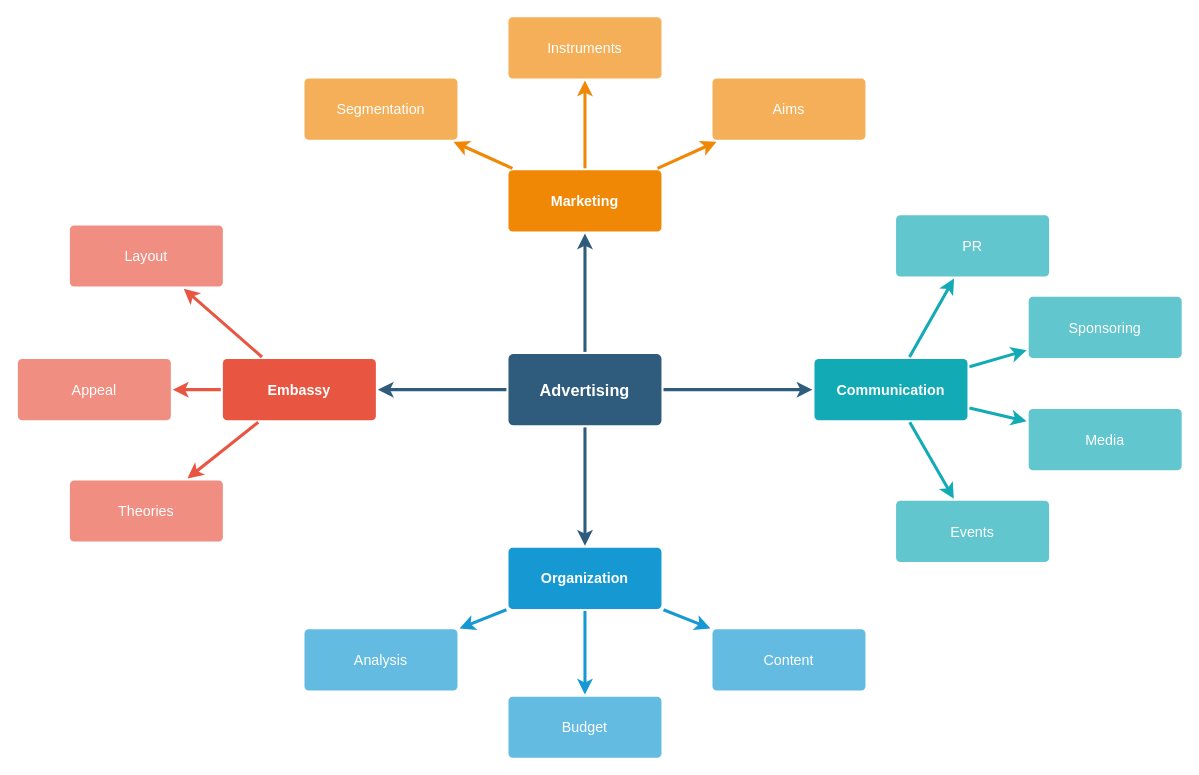
Earlier version of the draw.io diagram uml/Untitled Diagram.drawio (shuailee/note). Source tidied: cells renumbered, new cells numbered last; positions are measured from the earlier drawing's top-left corner, leaving out a move shared by most shapes. Both pictures are drawn from the tidied source at 102%, with x=0, y=0 at pixel (17, 16).
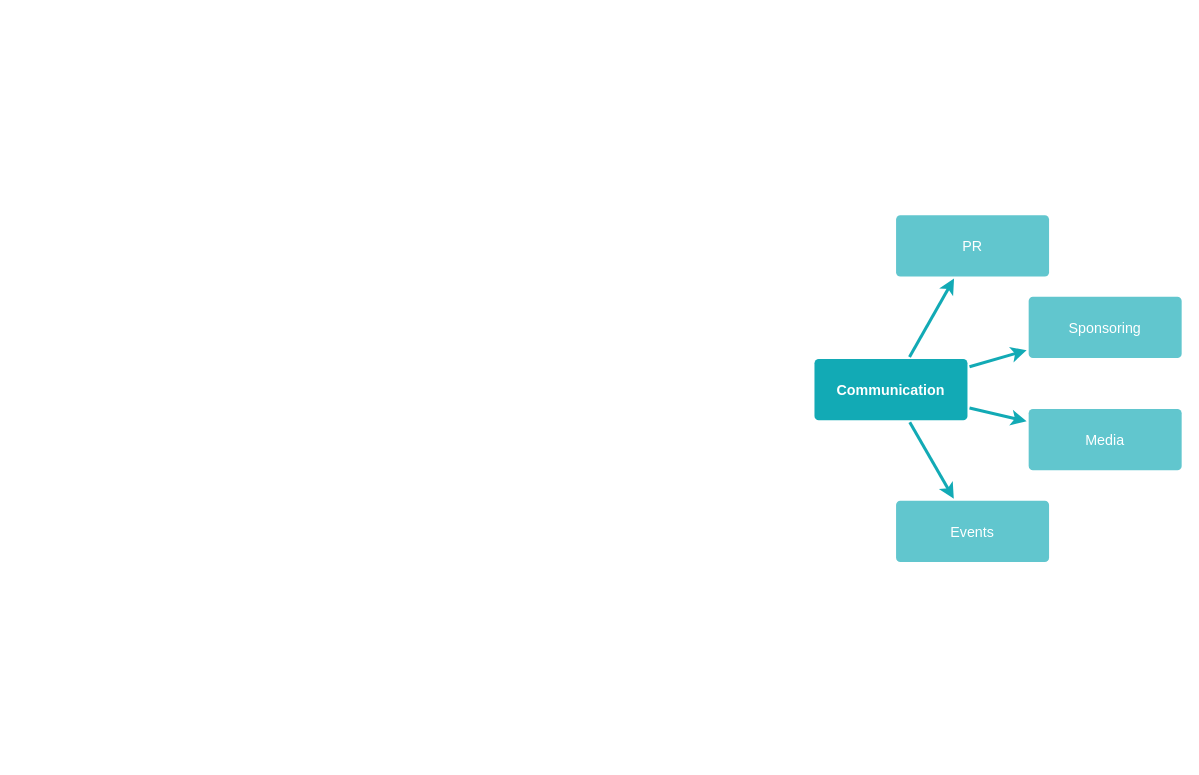
The same page after the edit.

Unchanged cells that the change refers to:
```xml
<mxCell id="28" value="Communication" style="rounded=1;whiteSpace=wrap;html=1;shadow=0;labelBackgroundColor=none;strokeColor=none;strokeWidth=3;fillColor=#12aab5;fontFamily=Helvetica;fontSize=14;fontColor=#FFFFFF;align=center;spacing=5;fontStyle=1;arcSize=7;perimeterSpacing=2;" parent="1" vertex="1">
  <mxGeometry x="781" y="335.5" width="150" height="60" as="geometry" />
</mxCell>
```

What changed in the source:
```diff
@@
-    <mxCell id="2" style="edgeStyle=none;rounded=0;jumpStyle=none;html=1;shadow=0;labelBackgroundColor=none;startArrow=none;startFill=0;endArrow=classic;endFill=1;jettySize=auto;strokeColor=#2F5B7C;strokeWidth=3;fontFamily=Helvetica;fontSize=16;fontColor=#23445D;spacing=5;" parent="1" edge="1" source="6" target="21">
-      <mxGeometry relative="1" as="geometry" />
-    </mxCell>
-    <mxCell id="3" style="edgeStyle=none;rounded=0;jumpStyle=none;html=1;shadow=0;labelBackgroundColor=none;startArrow=none;startFill=0;endArrow=classic;endFill=1;jettySize=auto;strokeColor=#2F5B7C;strokeWidth=3;fontFamily=Helvetica;fontSize=16;fontColor=#23445D;spacing=5;" parent="1" edge="1" source="6" target="28">
-      <mxGeometry relative="1" as="geometry" />
-    </mxCell>
-    <mxCell id="4" style="edgeStyle=none;rounded=0;jumpStyle=none;html=1;shadow=0;labelBackgroundColor=none;startArrow=none;startFill=0;endArrow=classic;endFill=1;jettySize=auto;strokeColor=#2F5B7C;strokeWidth=3;fontFamily=Helvetica;fontSize=16;fontColor=#23445D;spacing=5;" parent="1" edge="1" source="6" target="17">
-      <mxGeometry relative="1" as="geometry" />
-    </mxCell>
-    <mxCell id="5" style="edgeStyle=none;rounded=0;jumpStyle=none;html=1;shadow=0;labelBackgroundColor=none;startArrow=none;startFill=0;endArrow=classic;endFill=1;jettySize=auto;strokeColor=#2F5B7C;strokeWidth=3;fontFamily=Helvetica;fontSize=16;fontColor=#23445D;spacing=5;" parent="1" edge="1" source="6" target="10">
-      <mxGeometry relative="1" as="geometry" />
-    </mxCell>
-    <mxCell id="6" value="Advertising" style="rounded=1;whiteSpace=wrap;html=1;shadow=0;labelBackgroundColor=none;strokeColor=none;strokeWidth=3;fillColor=#2F5B7C;fontFamily=Helvetica;fontSize=16;fontColor=#FFFFFF;align=center;fontStyle=1;spacing=5;arcSize=7;perimeterSpacing=2;" parent="1" vertex="1">
-      <mxGeometry x="481" y="330.5" width="150" height="70" as="geometry" />
-    </mxCell>
-    <mxCell id="7" style="edgeStyle=none;rounded=1;jumpStyle=none;html=1;shadow=0;labelBackgroundColor=none;startArrow=none;startFill=0;jettySize=auto;strokeColor=#E85642;strokeWidth=3;fontFamily=Helvetica;fontSize=14;fontColor=#FFFFFF;spacing=5;fontStyle=1;fillColor=#b0e3e6;" parent="1" edge="1" source="10" target="13">
-      <mxGeometry relative="1" as="geometry" />
-    </mxCell>
-    <mxCell id="8" style="edgeStyle=none;rounded=1;jumpStyle=none;html=1;shadow=0;labelBackgroundColor=none;startArrow=none;startFill=0;jettySize=auto;strokeColor=#E85642;strokeWidth=3;fontFamily=Helvetica;fontSize=14;fontColor=#FFFFFF;spacing=5;fontStyle=1;fillColor=#b0e3e6;" parent="1" edge="1" source="10" target="12">
-      <mxGeometry relative="1" as="geometry" />
-    </mxCell>
-    <mxCell id="9" style="edgeStyle=none;rounded=1;jumpStyle=none;html=1;shadow=0;labelBackgroundColor=none;startArrow=none;startFill=0;jettySize=auto;strokeColor=#E85642;strokeWidth=3;fontFamily=Helvetica;fontSize=14;fontColor=#FFFFFF;spacing=5;fontStyle=1;fillColor=#b0e3e6;" parent="1" edge="1" source="10" target="11">
-      <mxGeometry relative="1" as="geometry" />
-    </mxCell>
-    <mxCell id="10" value="Embassy" style="rounded=1;whiteSpace=wrap;html=1;shadow=0;labelBackgroundColor=none;strokeColor=none;strokeWidth=3;fillColor=#e85642;fontFamily=Helvetica;fontSize=14;fontColor=#FFFFFF;align=center;spacing=5;fontStyle=1;arcSize=7;perimeterSpacing=2;" parent="1" vertex="1">
-      <mxGeometry x="201" y="335.5" width="150" height="60" as="geometry" />
-    </mxCell>
-    <mxCell id="11" value="Theories" style="rounded=1;whiteSpace=wrap;html=1;shadow=0;labelBackgroundColor=none;strokeColor=none;strokeWidth=3;fillColor=#f08e81;fontFamily=Helvetica;fontSize=14;fontColor=#FFFFFF;align=center;spacing=5;fontStyle=0;arcSize=7;perimeterSpacing=2;" parent="1" vertex="1">
-      <mxGeometry x="51" y="454.5" width="150" height="60" as="geometry" />
-    </mxCell>
-    <mxCell id="12" value="Appeal" style="rounded=1;whiteSpace=wrap;html=1;shadow=0;labelBackgroundColor=none;strokeColor=none;strokeWidth=3;fillColor=#f08e81;fontFamily=Helvetica;fontSize=14;fontColor=#FFFFFF;align=center;spacing=5;fontStyle=0;arcSize=7;perimeterSpacing=2;" parent="1" vertex="1">
-      <mxGeometry y="335.5" width="150" height="60" as="geometry" />
-    </mxCell>
-    <mxCell id="13" value="Layout" style="rounded=1;whiteSpace=wrap;html=1;shadow=0;labelBackgroundColor=none;strokeColor=none;strokeWidth=3;fillColor=#f08e81;fontFamily=Helvetica;fontSize=14;fontColor=#FFFFFF;align=center;spacing=5;fontStyle=0;arcSize=7;perimeterSpacing=2;" parent="1" vertex="1">
-      <mxGeometry x="51" y="204.5" width="150" height="60" as="geometry" />
-    </mxCell>
-    <mxCell id="14" style="edgeStyle=none;rounded=0;jumpStyle=none;html=1;shadow=0;labelBackgroundColor=none;startArrow=none;startFill=0;endArrow=classic;endFill=1;jettySize=auto;strokeColor=#1699D3;strokeWidth=3;fontFamily=Helvetica;fontSize=14;fontColor=#FFFFFF;spacing=5;" parent="1" edge="1" source="17" target="20">
-      <mxGeometry relative="1" as="geometry" />
-    </mxCell>
-    <mxCell id="15" style="edgeStyle=none;rounded=0;jumpStyle=none;html=1;shadow=0;labelBackgroundColor=none;startArrow=none;startFill=0;endArrow=classic;endFill=1;jettySize=auto;strokeColor=#1699D3;strokeWidth=3;fontFamily=Helvetica;fontSize=14;fontColor=#FFFFFF;spacing=5;" parent="1" edge="1" source="17" target="19">
-      <mxGeometry relative="1" as="geometry" />
-    </mxCell>
-    <mxCell id="16" style="edgeStyle=none;rounded=0;jumpStyle=none;html=1;shadow=0;labelBackgroundColor=none;startArrow=none;startFill=0;endArrow=classic;endFill=1;jettySize=auto;strokeColor=#1699D3;strokeWidth=3;fontFamily=Helvetica;fontSize=14;fontColor=#FFFFFF;spacing=5;" parent="1" edge="1" source="17" target="18">
-      <mxGeometry relative="1" as="geometry" />
-    </mxCell>
-    <mxCell id="17" value="Organization" style="rounded=1;whiteSpace=wrap;html=1;shadow=0;labelBackgroundColor=none;strokeColor=none;strokeWidth=3;fillColor=#1699d3;fontFamily=Helvetica;fontSize=14;fontColor=#FFFFFF;align=center;spacing=5;fontStyle=1;arcSize=7;perimeterSpacing=2;" parent="1" vertex="1">
-      <mxGeometry x="481" y="520.5" width="150" height="60" as="geometry" />
-    </mxCell>
-    <mxCell id="18" value="Content" style="rounded=1;whiteSpace=wrap;html=1;shadow=0;labelBackgroundColor=none;strokeColor=none;strokeWidth=3;fillColor=#64bbe2;fontFamily=Helvetica;fontSize=14;fontColor=#FFFFFF;align=center;spacing=5;arcSize=7;perimeterSpacing=2;" parent="1" vertex="1">
-      <mxGeometry x="681" y="600.5" width="150" height="60" as="geometry" />
-    </mxCell>
-    <mxCell id="19" value="Budget" style="rounded=1;whiteSpace=wrap;html=1;shadow=0;labelBackgroundColor=none;strokeColor=none;strokeWidth=3;fillColor=#64bbe2;fontFamily=Helvetica;fontSize=14;fontColor=#FFFFFF;align=center;spacing=5;arcSize=7;perimeterSpacing=2;" parent="1" vertex="1">
-      <mxGeometry x="481" y="666.5" width="150" height="60" as="geometry" />
-    </mxCell>
-    <mxCell id="20" value="Analysis" style="rounded=1;whiteSpace=wrap;html=1;shadow=0;labelBackgroundColor=none;strokeColor=none;strokeWidth=3;fillColor=#64bbe2;fontFamily=Helvetica;fontSize=14;fontColor=#FFFFFF;align=center;spacing=5;arcSize=7;perimeterSpacing=2;" parent="1" vertex="1">
-      <mxGeometry x="281" y="600.5" width="150" height="60" as="geometry" />
-    </mxCell>
-    <mxCell id="21" value="Marketing" style="rounded=1;whiteSpace=wrap;html=1;shadow=0;labelBackgroundColor=none;strokeColor=none;strokeWidth=3;fillColor=#F08705;fontFamily=Helvetica;fontSize=14;fontColor=#FFFFFF;align=center;spacing=5;fontStyle=1;arcSize=7;perimeterSpacing=2;" parent="1" vertex="1">
-      <mxGeometry x="481" y="150.5" width="150" height="60" as="geometry" />
-    </mxCell>
-    <mxCell id="22" value="Aims&lt;br&gt;" style="rounded=1;whiteSpace=wrap;html=1;shadow=0;labelBackgroundColor=none;strokeColor=none;strokeWidth=3;fillColor=#f5af58;fontFamily=Helvetica;fontSize=14;fontColor=#FFFFFF;align=center;spacing=5;arcSize=7;perimeterSpacing=2;" parent="1" vertex="1">
-      <mxGeometry x="681" y="60.5" width="150" height="60" as="geometry" />
-    </mxCell>
-    <mxCell id="23" style="edgeStyle=none;rounded=0;jumpStyle=none;html=1;shadow=0;labelBackgroundColor=none;startArrow=none;startFill=0;endArrow=classic;endFill=1;jettySize=auto;strokeColor=#F08705;strokeWidth=3;fontFamily=Helvetica;fontSize=14;fontColor=#FFFFFF;spacing=5;" parent="1" edge="1" source="21" target="22">
-      <mxGeometry relative="1" as="geometry" />
-    </mxCell>
-    <mxCell id="24" value="Instruments" style="rounded=1;whiteSpace=wrap;html=1;shadow=0;labelBackgroundColor=none;strokeColor=none;strokeWidth=3;fillColor=#f5af58;fontFamily=Helvetica;fontSize=14;fontColor=#FFFFFF;align=center;spacing=5;arcSize=7;perimeterSpacing=2;" parent="1" vertex="1">
-      <mxGeometry x="481" y="0.5" width="150" height="60" as="geometry" />
-    </mxCell>
-    <mxCell id="25" style="edgeStyle=none;rounded=0;jumpStyle=none;html=1;shadow=0;labelBackgroundColor=none;startArrow=none;startFill=0;endArrow=classic;endFill=1;jettySize=auto;strokeColor=#F08705;strokeWidth=3;fontFamily=Helvetica;fontSize=14;fontColor=#FFFFFF;spacing=5;" parent="1" edge="1" source="21" target="24">
-      <mxGeometry relative="1" as="geometry" />
-    </mxCell>
-    <mxCell id="26" value="Segmentation" style="rounded=1;whiteSpace=wrap;html=1;shadow=0;labelBackgroundColor=none;strokeColor=none;strokeWidth=3;fillColor=#f5af58;fontFamily=Helvetica;fontSize=14;fontColor=#FFFFFF;align=center;spacing=5;arcSize=7;perimeterSpacing=2;" parent="1" vertex="1">
-      <mxGeometry x="281" y="60.5" width="150" height="60" as="geometry" />
-    </mxCell>
-    <mxCell id="27" style="edgeStyle=none;rounded=0;jumpStyle=none;html=1;shadow=0;labelBackgroundColor=none;startArrow=none;startFill=0;endArrow=classic;endFill=1;jettySize=auto;strokeColor=#F08705;strokeWidth=3;fontFamily=Helvetica;fontSize=14;fontColor=#FFFFFF;spacing=5;" parent="1" edge="1" source="21" target="26">
-      <mxGeometry relative="1" as="geometry" />
-    </mxCell>
```
